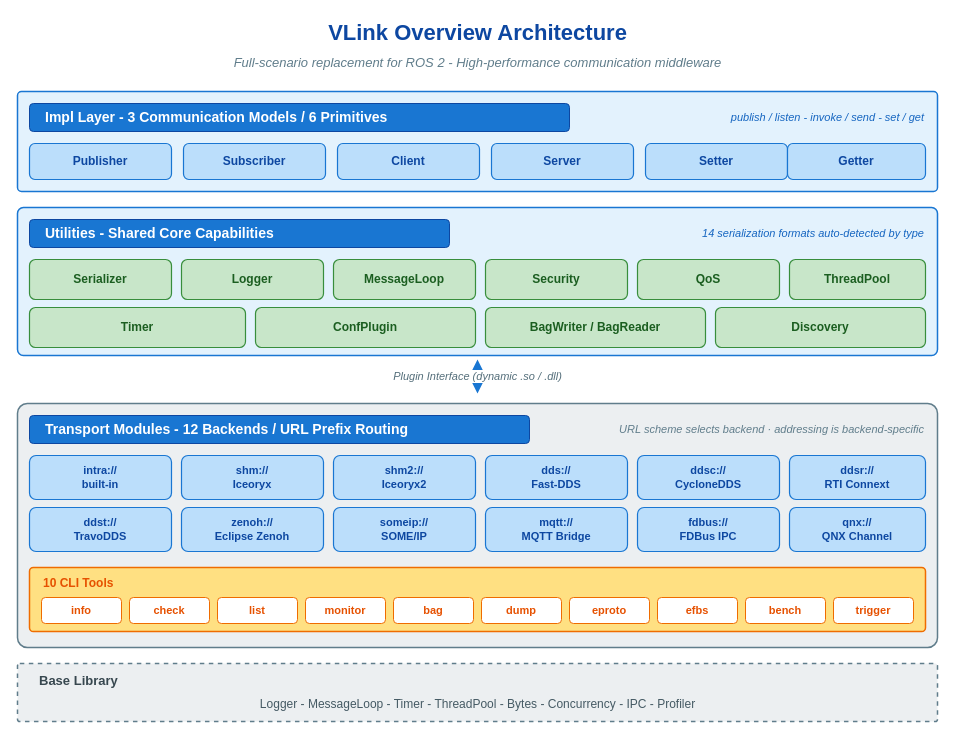
thun-res/vlink keeps this draw.io diagram as doc/images/overview-architecture.drawio. Above is the earlier version. Source tidied: cells renumbered, new cells numbered last; positions are measured from the earlier drawing's top-left corner, leaving out a move shared by most shapes. Both pictures are drawn from the tidied source at 100%, with x=0, y=0 at pixel (17, 17).
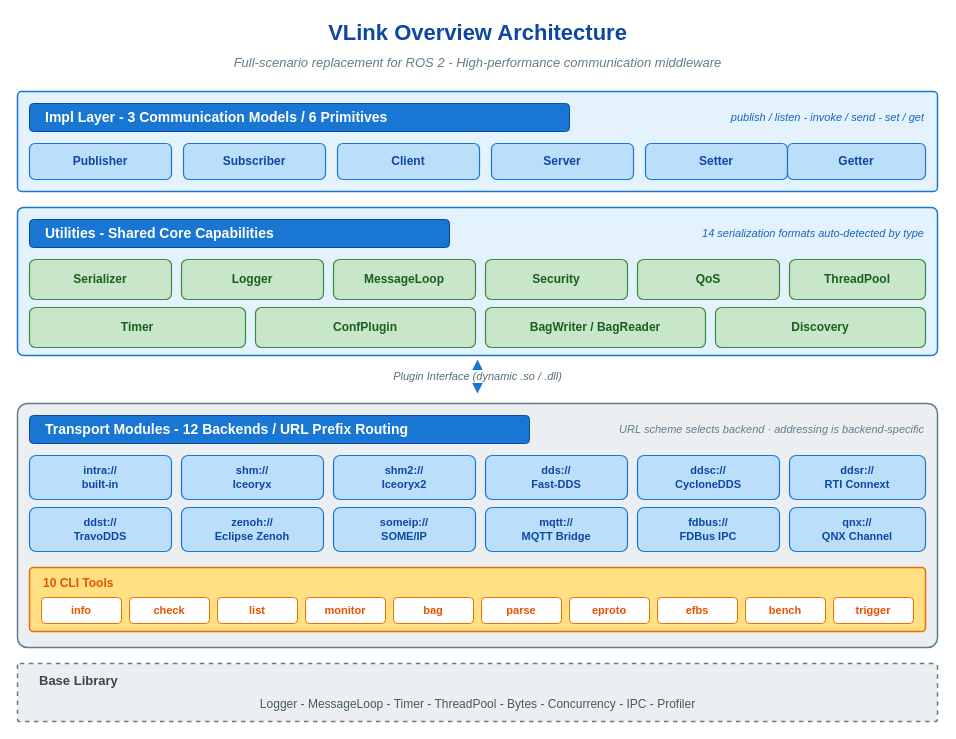
The same page after the edit.

What changed in the source:
```diff
@@
-    <mxCell id="49" value="dump" style="rounded=1;whiteSpace=wrap;html=1;fillColor=#ffffff;strokeColor=#ef6c00;strokeWidth=1;fontFamily=Helvetica;fontSize=11;fontStyle=1;fontColor=#e65100;align=center;shadow=0;" parent="1" vertex="1">
+    <mxCell id="49" value="parse" style="rounded=1;whiteSpace=wrap;html=1;fillColor=#ffffff;strokeColor=#ef6c00;strokeWidth=1;fontFamily=Helvetica;fontSize=11;fontStyle=1;fontColor=#e65100;align=center;shadow=0;" parent="1" vertex="1">
       <mxGeometry x="464" y="580" width="80" height="26" as="geometry" />
     </mxCell>
```
